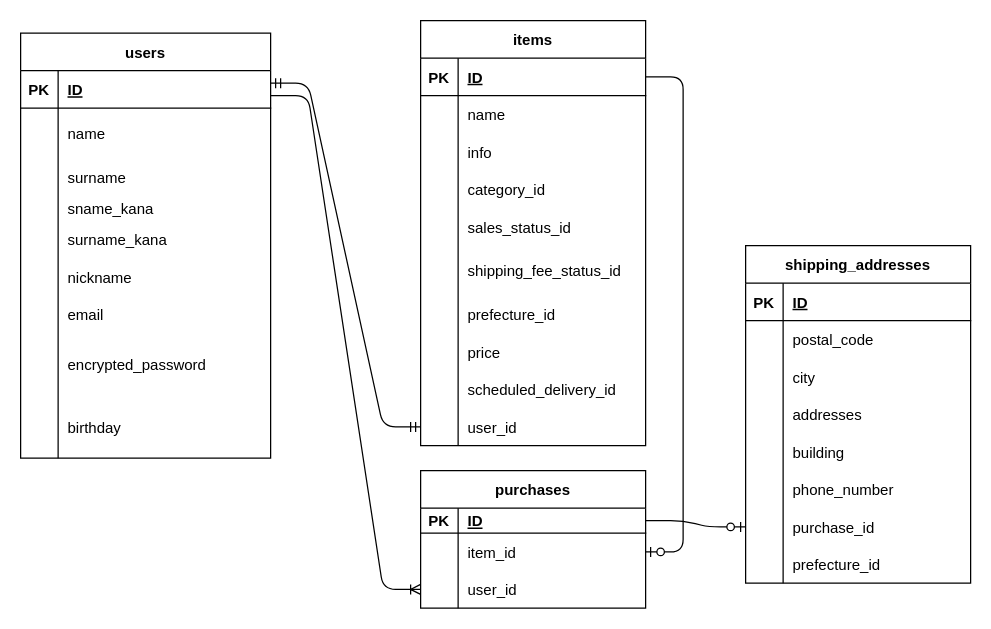
This is db.dio from kuragekamaboko/furima-38998, a draw.io file, before an edit. Source tidied: cells renumbered, new cells numbered last; positions are measured from the earlier drawing's top-left corner, leaving out a move shared by most shapes. Both pictures are drawn from the tidied source at 125%, with x=0, y=0 at pixel (20, 20).
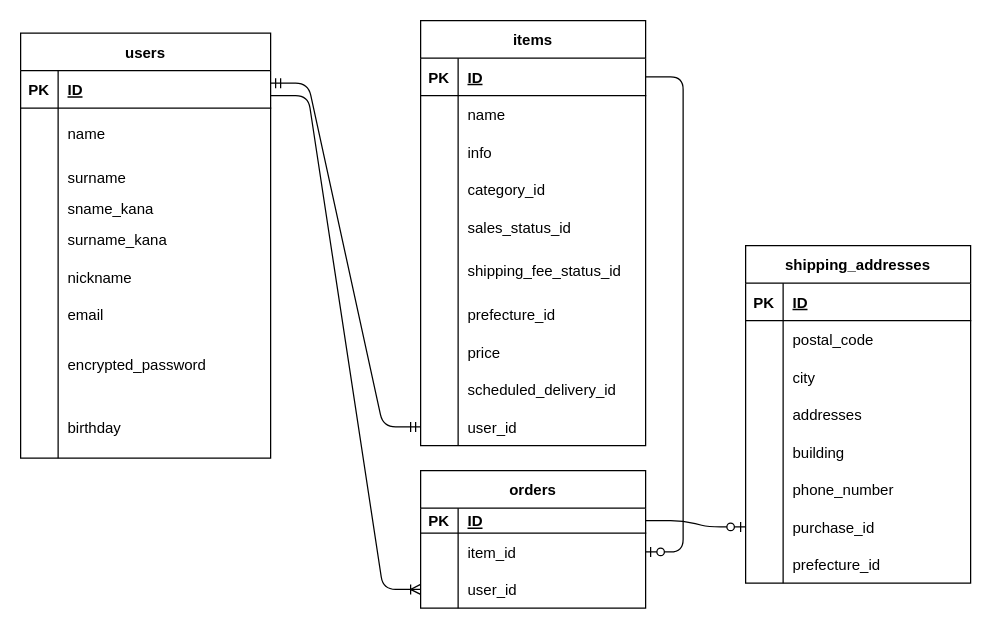
The same diagram, later.

What changed in the source:
```diff
@@
-    <mxCell id="87" value="purchases" style="shape=table;startSize=30;childLayout=tableLayout;rowLines=0;fontStyle=1;align=center;" parent="1" vertex="1">
+    <mxCell id="87" value="orders" style="shape=table;startSize=30;childLayout=tableLayout;rowLines=0;fontStyle=1;align=center;" parent="1" vertex="1">
       <mxGeometry x="320" y="360" width="180" height="110" as="geometry" />
     </mxCell>
```
